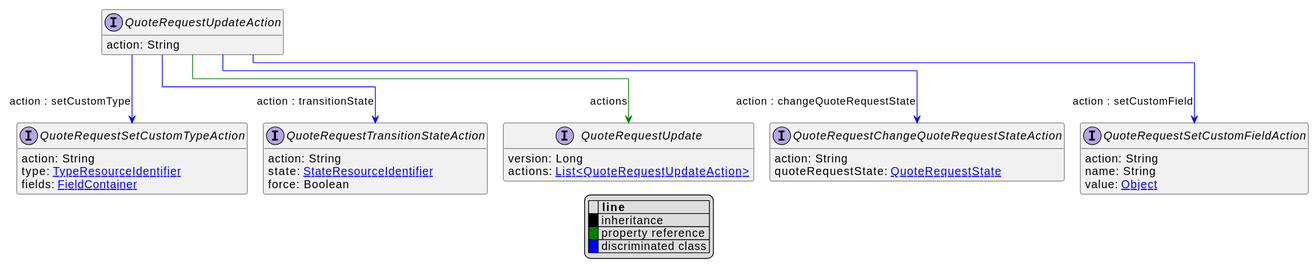
commercetools/commercetools-api-reference keeps this PlantUML diagram as uml/api/svg/QuoteRequestUpdateAction.svg. Above is the earlier version. Its diagram source:
```plantuml
@startuml
!pragma layout elk
hide empty fields
hide empty methods
legend
|= |= line |
|<back:black>   </back>| inheritance |
|<back:green>   </back>| property reference |
|<back:blue>   </back>| discriminated class |
endlegend
interface QuoteRequestUpdateAction [[QuoteRequestUpdateAction.svg]]  {
    action: String
}


interface QuoteRequestChangeQuoteRequestStateAction [[QuoteRequestChangeQuoteRequestStateAction.svg]]  {
    action: String
    quoteRequestState: [[QuoteRequestState.svg QuoteRequestState]]
}
interface QuoteRequestSetCustomFieldAction [[QuoteRequestSetCustomFieldAction.svg]]  {
    action: String
    name: String
    value: [[Object.svg Object]]
}
interface QuoteRequestSetCustomTypeAction [[QuoteRequestSetCustomTypeAction.svg]]  {
    action: String
    type: [[TypeResourceIdentifier.svg TypeResourceIdentifier]]
    fields: [[FieldContainer.svg FieldContainer]]
}
interface QuoteRequestTransitionStateAction [[QuoteRequestTransitionStateAction.svg]]  {
    action: String
    state: [[StateResourceIdentifier.svg StateResourceIdentifier]]
    force: Boolean
}
interface QuoteRequestUpdate [[QuoteRequestUpdate.svg]]  {
    version: Long
    actions: [[QuoteRequestUpdateAction.svg List<QuoteRequestUpdateAction>]]
}
QuoteRequestUpdateAction --> QuoteRequestChangeQuoteRequestStateAction #blue;text:blue : "action : changeQuoteRequestState"
QuoteRequestUpdateAction --> QuoteRequestSetCustomFieldAction #blue;text:blue : "action : setCustomField"
QuoteRequestUpdateAction --> QuoteRequestSetCustomTypeAction #blue;text:blue : "action : setCustomType"
QuoteRequestUpdateAction --> QuoteRequestTransitionStateAction #blue;text:blue : "action : transitionState"
QuoteRequestUpdateAction --> QuoteRequestUpdate #green;text:green : "actions"
@enduml
```
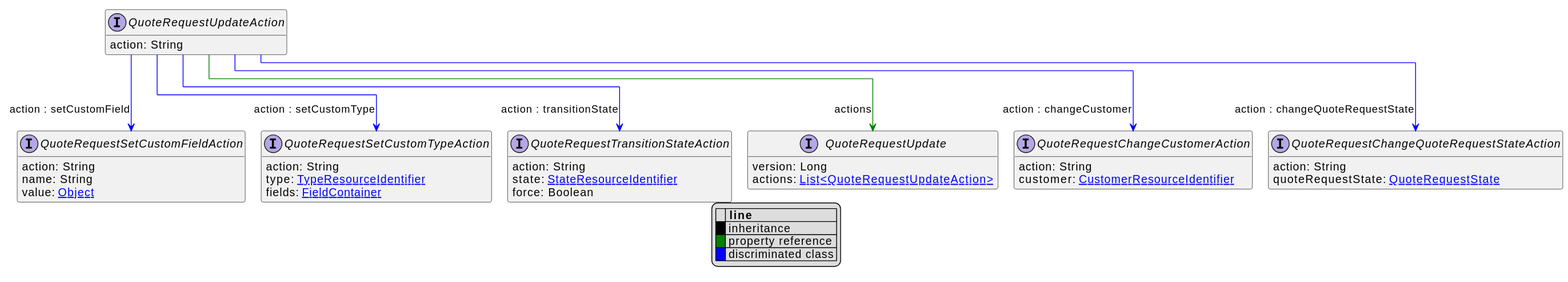
The same diagram one commit later.

Change to the diagram source:
```diff
@@ -13,6 +13,10 @@
 }
 
 
+interface QuoteRequestChangeCustomerAction [[QuoteRequestChangeCustomerAction.svg]]  {
+    action: String
+    customer: [[CustomerResourceIdentifier.svg CustomerResourceIdentifier]]
+}
 interface QuoteRequestChangeQuoteRequestStateAction [[QuoteRequestChangeQuoteRequestStateAction.svg]]  {
     action: String
     quoteRequestState: [[QuoteRequestState.svg QuoteRequestState]]
@@ -36,6 +40,7 @@
     version: Long
     actions: [[QuoteRequestUpdateAction.svg List<QuoteRequestUpdateAction>]]
 }
+QuoteRequestUpdateAction --> QuoteRequestChangeCustomerAction #blue;text:blue : "action : changeCustomer"
 QuoteRequestUpdateAction --> QuoteRequestChangeQuoteRequestStateAction #blue;text:blue : "action : changeQuoteRequestState"
 QuoteRequestUpdateAction --> QuoteRequestSetCustomFieldAction #blue;text:blue : "action : setCustomField"
 QuoteRequestUpdateAction --> QuoteRequestSetCustomTypeAction #blue;text:blue : "action : setCustomType"
```
